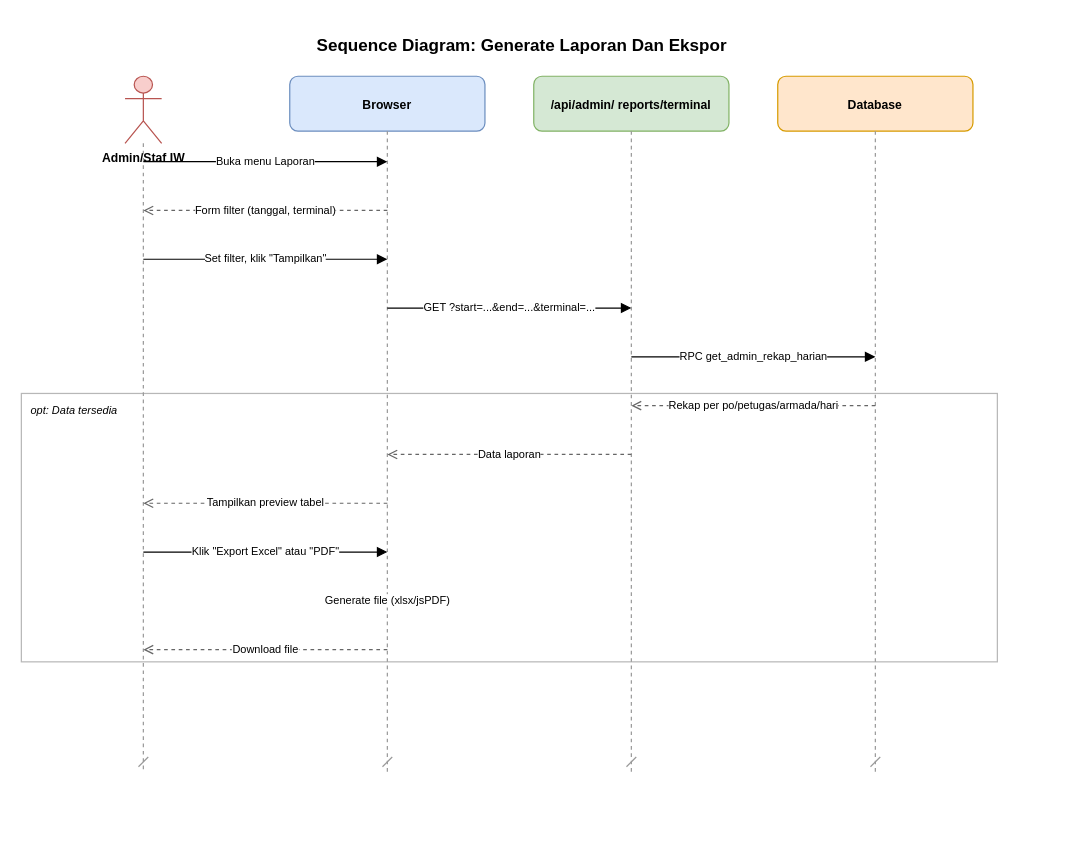
Before: docs/diagrams/sequence/19-sq-generate-laporan.drawio in RyanGLoomy/terminal-iwkbu, a draw.io diagram. Source tidied: cells renumbered, new cells numbered last; positions are measured from the earlier drawing's top-left corner, leaving out a move shared by most shapes. Both pictures are drawn from the tidied source at 122%, with x=0, y=0 at pixel (21, 27).
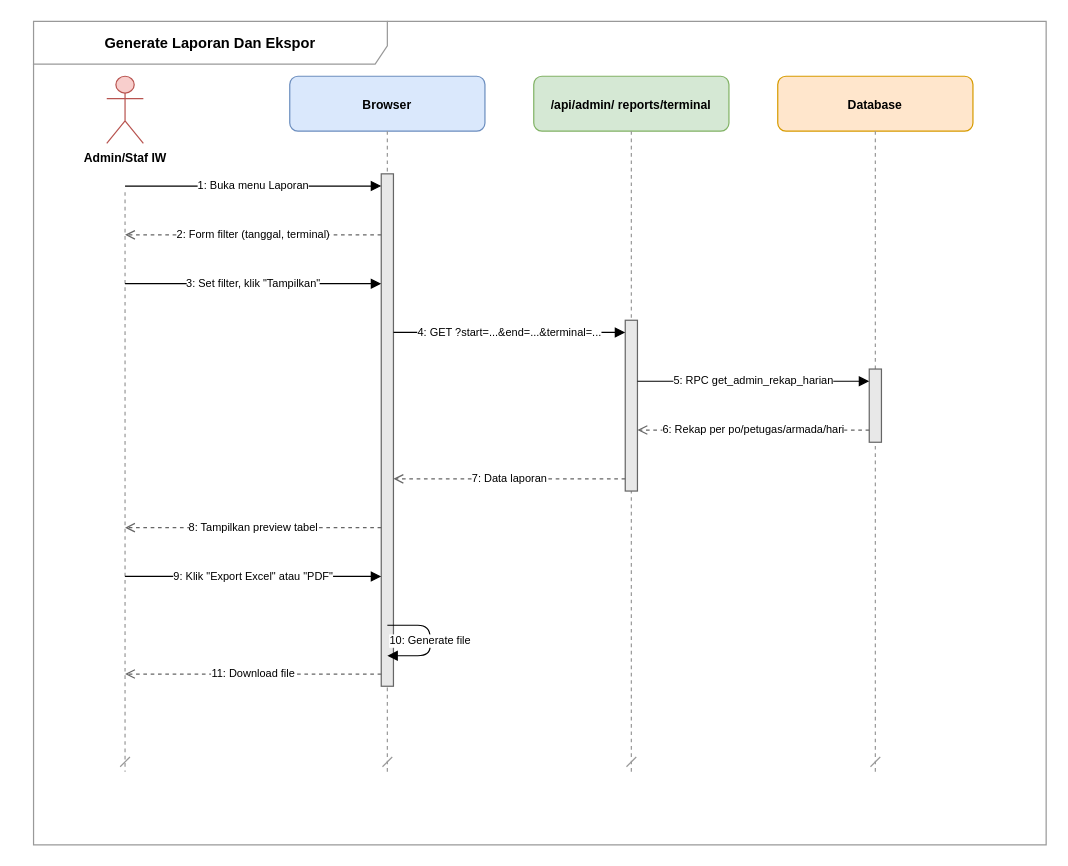
The same diagram, later.

The edit, as a diff of the source:
```diff
@@
-    <mxCell id="2" value="Sequence Diagram: Generate Laporan Dan Ekspor" style="text;html=1;align=center;verticalAlign=middle;fontSize=14;fontStyle=1;strokeColor=none;fillColor=none;" parent="1" vertex="1">
-      <mxGeometry x="40" width="740" height="30" as="geometry" />
-    </mxCell>
+    <mxCell id="23" value="Generate Laporan Dan Ekspor" style="shape=umlFrame;whiteSpace=wrap;html=1;fillColor=none;strokeColor=#999999;fontSize=12;fontStyle=1;lightOpacity=50;tabWidth=290;tabHeight=22;width=290;height=35;" parent="1" vertex="1">
+      <mxGeometry x="10" y="-5" width="830" height="675" as="geometry" />
+    </mxCell>
     <mxCell id="3" value="Admin/Staf IW" style="shape=umlActor;verticalLabelPosition=bottom;verticalAlign=top;html=1;fillColor=#f8cecc;strokeColor=#b85450;fontStyle=1;fontSize=10;" parent="1" vertex="1">
-      <mxGeometry x="85" y="40" width="30" height="55" as="geometry" />
+      <mxGeometry x="70" y="40" width="30" height="55" as="geometry" />
     </mxCell>
     <mxCell id="4" style="endArrow=dash;dashed=1;html=1;strokeWidth=1;strokeColor=#999999;" parent="1" edge="1">
       <mxGeometry relative="1" as="geometry">
-        <mxPoint x="100" y="95" as="sourcePoint" />
-        <mxPoint x="100" y="610" as="targetPoint" />
+        <mxPoint x="85" y="135" as="sourcePoint" />
+        <mxPoint x="85" y="610" as="targetPoint" />
       </mxGeometry>
     </mxCell>
@@
-    <mxCell id="11" value="opt: Data tersedia" style="rounded=0;whiteSpace=wrap;html=1;fillColor=none;strokeColor=#999999;dashed=0;verticalAlign=top;align=left;spacingTop=2;spacingLeft=6;fontSize=9;fontStyle=2;opacity=70;" parent="1" vertex="1">
-      <mxGeometry y="300" width="800" height="220" as="geometry" />
-    </mxCell>
+    <mxCell id="24" style="rounded=0;whiteSpace=wrap;html=1;fillColor=#e8e8e8;strokeColor=#666666;strokeWidth=1;" parent="1" vertex="1">
+      <mxGeometry x="295" y="120" width="10" height="420" as="geometry" />
+    </mxCell>
+    <mxCell id="25" style="rounded=0;whiteSpace=wrap;html=1;fillColor=#e8e8e8;strokeColor=#666666;strokeWidth=1;" parent="1" vertex="1">
+      <mxGeometry x="495" y="240" width="10" height="140" as="geometry" />
+    </mxCell>
+    <mxCell id="26" style="rounded=0;whiteSpace=wrap;html=1;fillColor=#e8e8e8;strokeColor=#666666;strokeWidth=1;" parent="1" vertex="1">
+      <mxGeometry x="695" y="280" width="10" height="60" as="geometry" />
+    </mxCell>
-    <mxCell id="12" value="Buka menu Laporan" style="endArrow=block;endFill=1;html=1;fontSize=9;" parent="1" edge="1">
+    <mxCell id="12" value="1: Buka menu Laporan" style="endArrow=block;endFill=1;html=1;fontSize=9;" parent="1" edge="1">
       <mxGeometry relative="1" as="geometry">
-        <mxPoint x="100" y="110" as="sourcePoint" />
-        <mxPoint x="300" y="110" as="targetPoint" />
+        <mxPoint x="85" y="130" as="sourcePoint" />
+        <mxPoint x="295" y="130" as="targetPoint" />
       </mxGeometry>
     </mxCell>
-    <mxCell id="13" value="Form filter (tanggal, terminal)" style="endArrow=open;endFill=0;dashed=1;html=1;fontSize=9;strokeColor=#666666;" parent="1" edge="1">
+    <mxCell id="13" value="2: Form filter (tanggal, terminal)" style="endArrow=open;endFill=0;dashed=1;html=1;fontSize=9;strokeColor=#666666;" parent="1" edge="1">
       <mxGeometry relative="1" as="geometry">
-        <mxPoint x="300" y="150" as="sourcePoint" />
-        <mxPoint x="100" y="150" as="targetPoint" />
+        <mxPoint x="295" y="170" as="sourcePoint" />
+        <mxPoint x="85" y="170" as="targetPoint" />
       </mxGeometry>
     </mxCell>
-    <mxCell id="14" value="Set filter, klik &quot;Tampilkan&quot;" style="endArrow=block;endFill=1;html=1;fontSize=9;" parent="1" edge="1">
+    <mxCell id="14" value="3: Set filter, klik &quot;Tampilkan&quot;" style="endArrow=block;endFill=1;html=1;fontSize=9;" parent="1" edge="1">
       <mxGeometry relative="1" as="geometry">
-        <mxPoint x="100" y="190" as="sourcePoint" />
-        <mxPoint x="300" y="190" as="targetPoint" />
+        <mxPoint x="85" y="210" as="sourcePoint" />
+        <mxPoint x="295" y="210" as="targetPoint" />
       </mxGeometry>
     </mxCell>
-    <mxCell id="15" value="GET ?start=...&amp;end=...&amp;terminal=..." style="endArrow=block;endFill=1;html=1;fontSize=9;" parent="1" edge="1">
+    <mxCell id="15" value="4: GET ?start=...&amp;end=...&amp;terminal=..." style="endArrow=block;endFill=1;html=1;fontSize=9;" parent="1" edge="1">
       <mxGeometry relative="1" as="geometry">
-        <mxPoint x="300" y="230" as="sourcePoint" />
-        <mxPoint x="500" y="230" as="targetPoint" />
+        <mxPoint x="305" y="250" as="sourcePoint" />
+        <mxPoint x="495" y="250" as="targetPoint" />
       </mxGeometry>
     </mxCell>
-    <mxCell id="16" value="RPC get_admin_rekap_harian" style="endArrow=block;endFill=1;html=1;fontSize=9;" parent="1" edge="1">
+    <mxCell id="16" value="5: RPC get_admin_rekap_harian" style="endArrow=block;endFill=1;html=1;fontSize=9;" parent="1" edge="1">
       <mxGeometry relative="1" as="geometry">
-        <mxPoint x="500" y="270" as="sourcePoint" />
-        <mxPoint x="700" y="270" as="targetPoint" />
+        <mxPoint x="505" y="290" as="sourcePoint" />
+        <mxPoint x="695" y="290" as="targetPoint" />
       </mxGeometry>
     </mxCell>
-    <mxCell id="17" value="Rekap per po/petugas/armada/hari" style="endArrow=open;endFill=0;dashed=1;html=1;fontSize=9;strokeColor=#666666;" parent="1" edge="1">
+    <mxCell id="17" value="6: Rekap per po/petugas/armada/hari" style="endArrow=open;endFill=0;dashed=1;html=1;fontSize=9;strokeColor=#666666;" parent="1" edge="1">
       <mxGeometry relative="1" as="geometry">
-        <mxPoint x="700" y="310" as="sourcePoint" />
-        <mxPoint x="500" y="310" as="targetPoint" />
+        <mxPoint x="695" y="330" as="sourcePoint" />
+        <mxPoint x="505" y="330" as="targetPoint" />
       </mxGeometry>
     </mxCell>
-    <mxCell id="18" value="Data laporan" style="endArrow=open;endFill=0;dashed=1;html=1;fontSize=9;strokeColor=#666666;" parent="1" edge="1">
+    <mxCell id="18" value="7: Data laporan" style="endArrow=open;endFill=0;dashed=1;html=1;fontSize=9;strokeColor=#666666;" parent="1" edge="1">
       <mxGeometry relative="1" as="geometry">
-        <mxPoint x="500" y="350" as="sourcePoint" />
-        <mxPoint x="300" y="350" as="targetPoint" />
+        <mxPoint x="495" y="370" as="sourcePoint" />
+        <mxPoint x="305" y="370" as="targetPoint" />
       </mxGeometry>
     </mxCell>
-    <mxCell id="19" value="Tampilkan preview tabel" style="endArrow=open;endFill=0;dashed=1;html=1;fontSize=9;strokeColor=#666666;" parent="1" edge="1">
+    <mxCell id="19" value="8: Tampilkan preview tabel" style="endArrow=open;endFill=0;dashed=1;html=1;fontSize=9;strokeColor=#666666;" parent="1" edge="1">
       <mxGeometry relative="1" as="geometry">
-        <mxPoint x="300" y="390" as="sourcePoint" />
-        <mxPoint x="100" y="390" as="targetPoint" />
+        <mxPoint x="295" y="410" as="sourcePoint" />
+        <mxPoint x="85" y="410" as="targetPoint" />
       </mxGeometry>
     </mxCell>
-    <mxCell id="20" value="Klik &quot;Export Excel&quot; atau &quot;PDF&quot;" style="endArrow=block;endFill=1;html=1;fontSize=9;" parent="1" edge="1">
+    <mxCell id="20" value="9: Klik &quot;Export Excel&quot; atau &quot;PDF&quot;" style="endArrow=block;endFill=1;html=1;fontSize=9;" parent="1" edge="1">
       <mxGeometry relative="1" as="geometry">
-        <mxPoint x="100" y="430" as="sourcePoint" />
-        <mxPoint x="300" y="430" as="targetPoint" />
+        <mxPoint x="85" y="450" as="sourcePoint" />
+        <mxPoint x="295" y="450" as="targetPoint" />
       </mxGeometry>
     </mxCell>
-    <mxCell id="21" value="Generate file (xlsx/jsPDF)" style="endArrow=block;endFill=1;html=1;fontSize=9;" parent="1" edge="1">
+    <mxCell id="21" value="10: Generate file" style="endArrow=block;endFill=1;html=1;fontSize=9;" parent="1" edge="1">
       <mxGeometry relative="1" as="geometry">
-        <mxPoint x="300" y="470" as="sourcePoint" />
-        <mxPoint x="300" y="470" as="targetPoint" />
+        <mxPoint x="300" y="490" as="sourcePoint" />
+        <mxPoint x="300" y="515" as="targetPoint" />
+        <Array as="points">
+          <mxPoint x="335" y="490" />
+          <mxPoint x="335" y="515" />
+        </Array>
       </mxGeometry>
     </mxCell>
-    <mxCell id="22" value="Download file" style="endArrow=open;endFill=0;dashed=1;html=1;fontSize=9;strokeColor=#666666;" parent="1" edge="1">
+    <mxCell id="22" value="11: Download file" style="endArrow=open;endFill=0;dashed=1;html=1;fontSize=9;strokeColor=#666666;" parent="1" edge="1">
       <mxGeometry relative="1" as="geometry">
-        <mxPoint x="300" y="510" as="sourcePoint" />
-        <mxPoint x="100" y="510" as="targetPoint" />
+        <mxPoint x="295" y="530" as="sourcePoint" />
+        <mxPoint x="85" y="530" as="targetPoint" />
       </mxGeometry>
     </mxCell>
```
